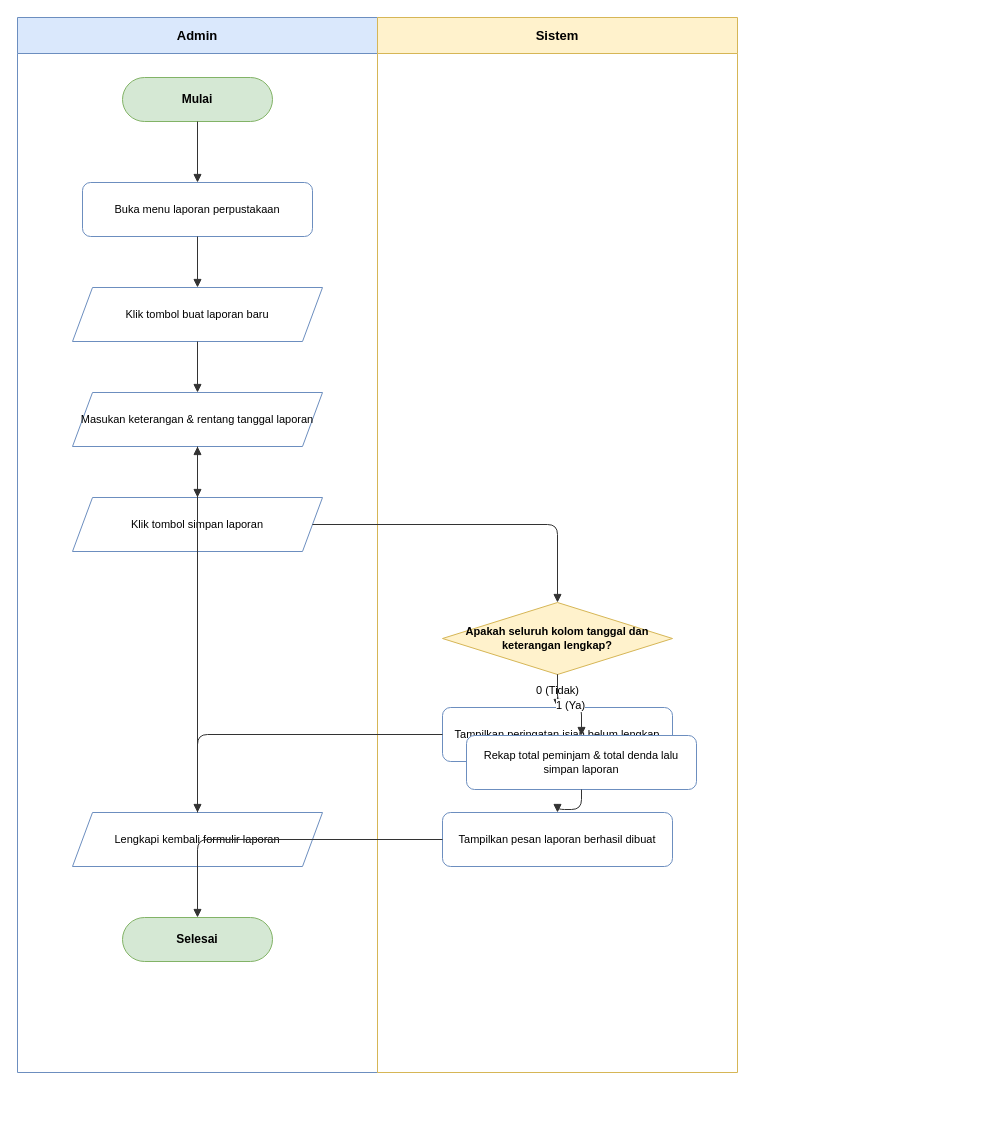
Above: docs/diagrams/activity/activity-createlaporan.drawio in dimstyle/ruang-baca (draw.io), before the change. Source tidied: cells renumbered, new cells numbered last; positions are measured from the earlier drawing's top-left corner, leaving out a move shared by most shapes. Both pictures are drawn from the tidied source at 100%, with x=0, y=0 at pixel (17, 17).
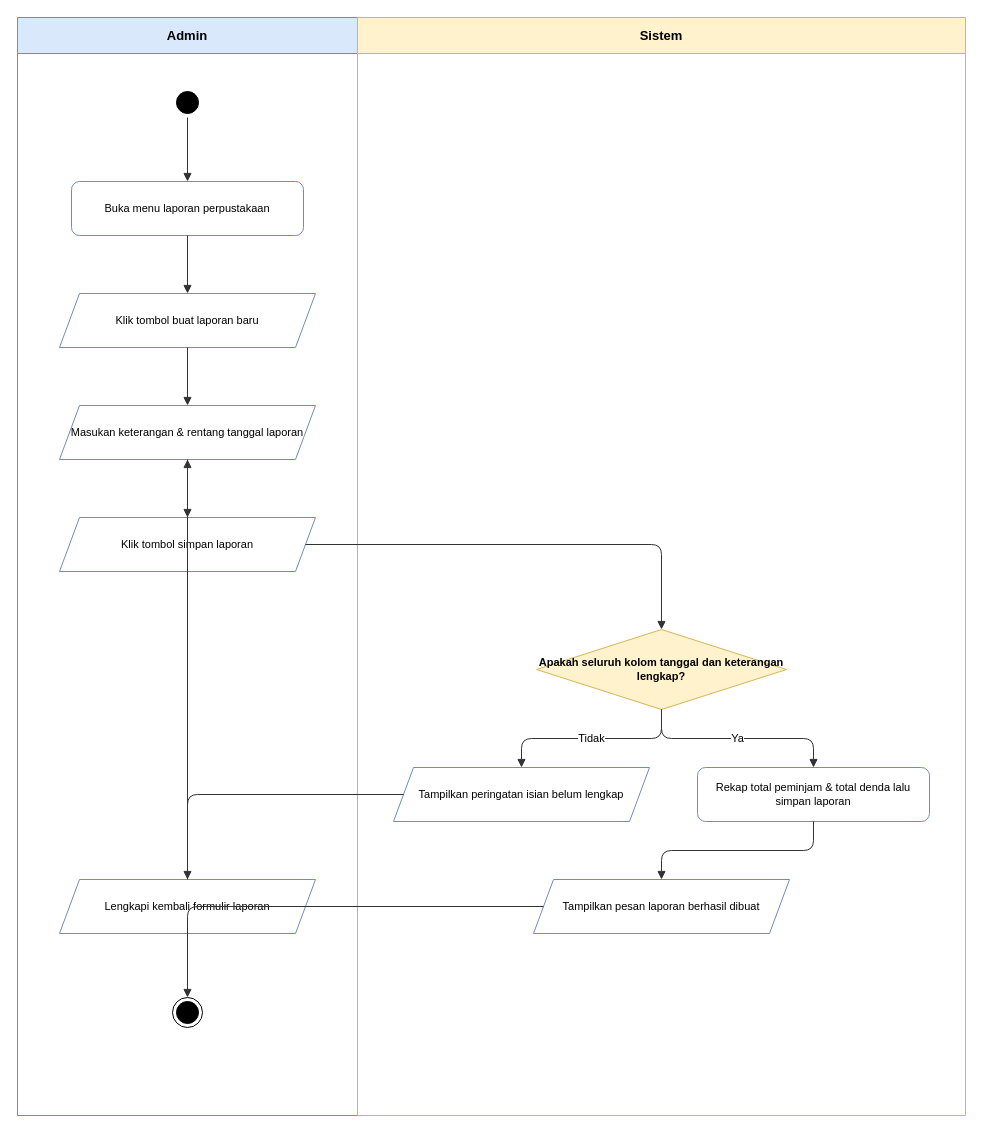
The same diagram, later.

Diff of the diagram source:
```diff
@@
     <mxCell id="2" value="Admin" style="swimlane;whiteSpace=wrap;html=1;startSize=36;fillColor=#dae8fc;strokeColor=#6c8ebf;fontStyle=1;fontSize=13;" parent="1" vertex="1">
-      <mxGeometry width="360" height="1055" as="geometry" />
+      <mxGeometry width="340" height="1098" as="geometry" />
     </mxCell>
     <mxCell id="3" value="Sistem" style="swimlane;whiteSpace=wrap;html=1;startSize=36;fillColor=#fff2cc;strokeColor=#d6b656;fontStyle=1;fontSize=13;" parent="1" vertex="1">
-      <mxGeometry x="360" width="360" height="1055" as="geometry" />
+      <mxGeometry x="340" width="608" height="1098" as="geometry" />
     </mxCell>
-    <mxCell id="4" value="Mulai" style="rounded=1;whiteSpace=wrap;html=1;arcSize=50;fillColor=#d5e8d4;strokeColor=#82b366;fontStyle=1;fontSize=12;" parent="2" vertex="1">
-      <mxGeometry x="105" y="60" width="150" height="44" as="geometry" />
+    <mxCell id="4" style="ellipse;html=1;shape=startState;fillColor=#000000;strokeColor=#000000;" parent="2" vertex="1">
+      <mxGeometry x="155" y="70" width="30" height="30" as="geometry" />
     </mxCell>
     <mxCell id="5" value="Buka menu laporan perpustakaan" style="rounded=1;whiteSpace=wrap;html=1;fillColor=#ffffff;strokeColor=#6c8ebf;fontSize=11;" parent="2" vertex="1">
-      <mxGeometry x="65" y="165" width="230" height="54" as="geometry" />
+      <mxGeometry x="54" y="164" width="232" height="54" as="geometry" />
     </mxCell>
     <mxCell id="6" value="Klik tombol buat laporan baru" style="shape=parallelogram;perimeter=parallelogramPerimeter;whiteSpace=wrap;html=1;fixedSize=1;fillColor=#ffffff;strokeColor=#6c8ebf;fontSize=11;" parent="2" vertex="1">
-      <mxGeometry x="55" y="270" width="250" height="54" as="geometry" />
+      <mxGeometry x="42" y="276" width="256" height="54" as="geometry" />
     </mxCell>
     <mxCell id="7" value="Masukan keterangan &amp; rentang tanggal laporan" style="shape=parallelogram;perimeter=parallelogramPerimeter;whiteSpace=wrap;html=1;fixedSize=1;fillColor=#ffffff;strokeColor=#6c8ebf;fontSize=11;" parent="2" vertex="1">
-      <mxGeometry x="55" y="375" width="250" height="54" as="geometry" />
+      <mxGeometry x="42" y="388" width="256" height="54" as="geometry" />
     </mxCell>
     <mxCell id="8" value="Klik tombol simpan laporan" style="shape=parallelogram;perimeter=parallelogramPerimeter;whiteSpace=wrap;html=1;fixedSize=1;fillColor=#ffffff;strokeColor=#6c8ebf;fontSize=11;" parent="2" vertex="1">
-      <mxGeometry x="55" y="480" width="250" height="54" as="geometry" />
+      <mxGeometry x="42" y="500" width="256" height="54" as="geometry" />
     </mxCell>
     <mxCell id="9" value="Lengkapi kembali formulir laporan" style="shape=parallelogram;perimeter=parallelogramPerimeter;whiteSpace=wrap;html=1;fixedSize=1;fillColor=#ffffff;strokeColor=#6c8ebf;fontSize=11;" parent="2" vertex="1">
-      <mxGeometry x="55" y="795" width="250" height="54" as="geometry" />
+      <mxGeometry x="42" y="862" width="256" height="54" as="geometry" />
     </mxCell>
-    <mxCell id="10" value="Selesai" style="rounded=1;whiteSpace=wrap;html=1;arcSize=50;fillColor=#d5e8d4;strokeColor=#82b366;fontStyle=1;fontSize=12;" parent="2" vertex="1">
-      <mxGeometry x="105" y="900" width="150" height="44" as="geometry" />
+    <mxCell id="10" style="ellipse;html=1;shape=endState;fillColor=#000000;strokeColor=#000000;" parent="2" vertex="1">
+      <mxGeometry x="155" y="980" width="30" height="30" as="geometry" />
     </mxCell>
     <mxCell id="11" value="Apakah seluruh kolom tanggal dan keterangan lengkap?" style="rhombus;whiteSpace=wrap;html=1;fillColor=#fff2cc;strokeColor=#d6b656;fontStyle=1;fontSize=11;" parent="3" vertex="1">
-      <mxGeometry x="65" y="585" width="230" height="72" as="geometry" />
+      <mxGeometry x="179" y="612" width="250" height="80" as="geometry" />
     </mxCell>
-    <mxCell id="12" value="Tampilkan peringatan isian belum lengkap" style="rounded=1;whiteSpace=wrap;html=1;fillColor=#ffffff;strokeColor=#6c8ebf;fontSize=11;" parent="3" vertex="1">
-      <mxGeometry x="65" y="690" width="230" height="54" as="geometry" />
+    <mxCell id="12" value="Tampilkan peringatan isian belum lengkap" style="shape=parallelogram;perimeter=parallelogramPerimeter;whiteSpace=wrap;html=1;fixedSize=1;fillColor=#ffffff;strokeColor=#6c8ebf;fontSize=11;" parent="3" vertex="1">
+      <mxGeometry x="36" y="750" width="256" height="54" as="geometry" />
     </mxCell>
     <mxCell id="13" value="Rekap total peminjam &amp; total denda lalu simpan laporan" style="rounded=1;whiteSpace=wrap;html=1;fillColor=#ffffff;strokeColor=#6c8ebf;fontSize=11;" parent="3" vertex="1">
-      <mxGeometry x="89" y="718" width="230" height="54" as="geometry" />
+      <mxGeometry x="340" y="750" width="232" height="54" as="geometry" />
     </mxCell>
-    <mxCell id="14" value="Tampilkan pesan laporan berhasil dibuat" style="rounded=1;whiteSpace=wrap;html=1;fillColor=#ffffff;strokeColor=#6c8ebf;fontSize=11;" parent="3" vertex="1">
-      <mxGeometry x="65" y="795" width="230" height="54" as="geometry" />
+    <mxCell id="14" value="Tampilkan pesan laporan berhasil dibuat" style="shape=parallelogram;perimeter=parallelogramPerimeter;whiteSpace=wrap;html=1;fixedSize=1;fillColor=#ffffff;strokeColor=#6c8ebf;fontSize=11;" parent="3" vertex="1">
+      <mxGeometry x="176" y="862" width="256" height="54" as="geometry" />
     </mxCell>
@@
-    <mxCell id="21" value="0 (Tidak)" style="edgeStyle=orthogonalEdgeStyle;rounded=1;jettySize=auto;html=1;endArrow=block;endFill=1;strokeColor=#333333;fontSize=11;labelBackgroundColor=#ffffff;" parent="1" edge="1" source="11" target="12">
+    <mxCell id="21" value="Tidak" style="edgeStyle=orthogonalEdgeStyle;rounded=1;jettySize=auto;html=1;endArrow=block;endFill=1;strokeColor=#333333;fontSize=11;labelBackgroundColor=#ffffff;" parent="1" edge="1" source="11" target="12">
       <mxGeometry relative="1" as="geometry" />
     </mxCell>
@@
-    <mxCell id="23" value="1 (Ya)" style="edgeStyle=orthogonalEdgeStyle;rounded=1;jettySize=auto;html=1;endArrow=block;endFill=1;strokeColor=#333333;fontSize=11;labelBackgroundColor=#ffffff;" parent="1" edge="1" source="11" target="13">
+    <mxCell id="23" value="Ya" style="edgeStyle=orthogonalEdgeStyle;rounded=1;jettySize=auto;html=1;endArrow=block;endFill=1;strokeColor=#333333;fontSize=11;labelBackgroundColor=#ffffff;" parent="1" edge="1" source="11" target="13">
       <mxGeometry relative="1" as="geometry" />
     </mxCell>
```
